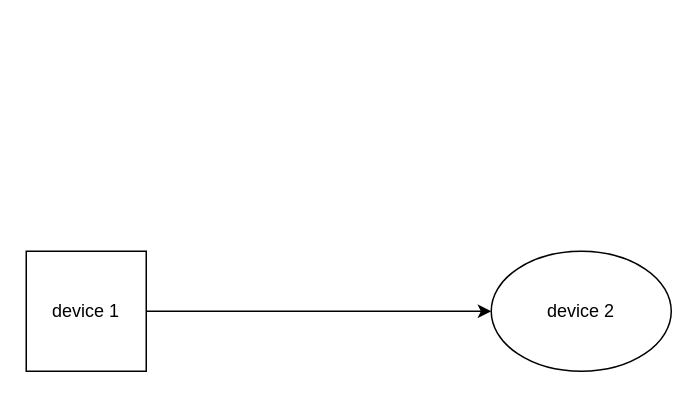
KTodts/drawio keeps this draw.io diagram as Test.drawio.xml. Above is the earlier version. Source tidied: cells renumbered, new cells numbered last; positions are measured from the earlier drawing's top-left corner, leaving out a move shared by most shapes. Both pictures are drawn from the tidied source at 150%, with x=0, y=0 at pixel (26, 250).
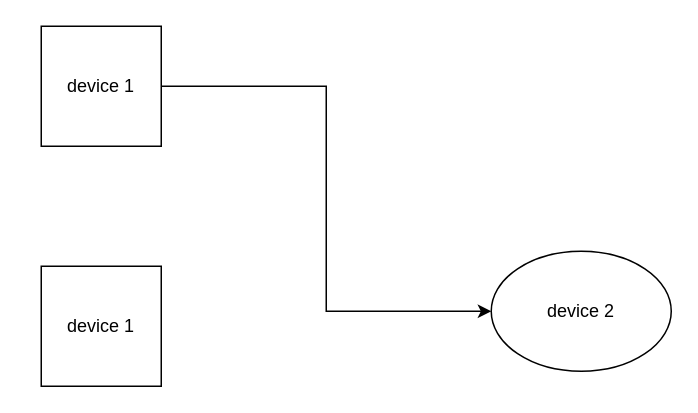
After the change.

Diff of the diagram source:
```diff
@@
 <mxGraphModel>
   <root>
     <mxCell id="0" />
     <mxCell id="1" parent="0" />
     <mxCell id="2" style="edgeStyle=orthogonalEdgeStyle;rounded=0;jettySize=auto;html=1;exitX=1;exitY=0.5;exitDx=0;exitDy=0;entryX=0;entryY=0.5;entryDx=0;entryDy=0;" parent="1" edge="1" source="3" target="4">
       <mxGeometry relative="1" as="geometry" />
     </mxCell>
     <mxCell id="3" value="device 1" style="whiteSpace=wrap;html=1;" parent="1" vertex="1">
-      <mxGeometry width="80" height="80" as="geometry" />
+      <mxGeometry x="10" y="-150" width="80" height="80" as="geometry" />
     </mxCell>
     <mxCell id="4" value="device 2" style="ellipse;whiteSpace=wrap;html=1;" parent="1" vertex="1">
       <mxGeometry x="310" width="120" height="80" as="geometry" />
     </mxCell>
+    <mxCell id="5" value="device 1" style="whiteSpace=wrap;html=1;" parent="1" vertex="1">
+      <mxGeometry x="10" y="10" width="80" height="80" as="geometry" />
+    </mxCell>
   </root>
 </mxGraphModel>
```
